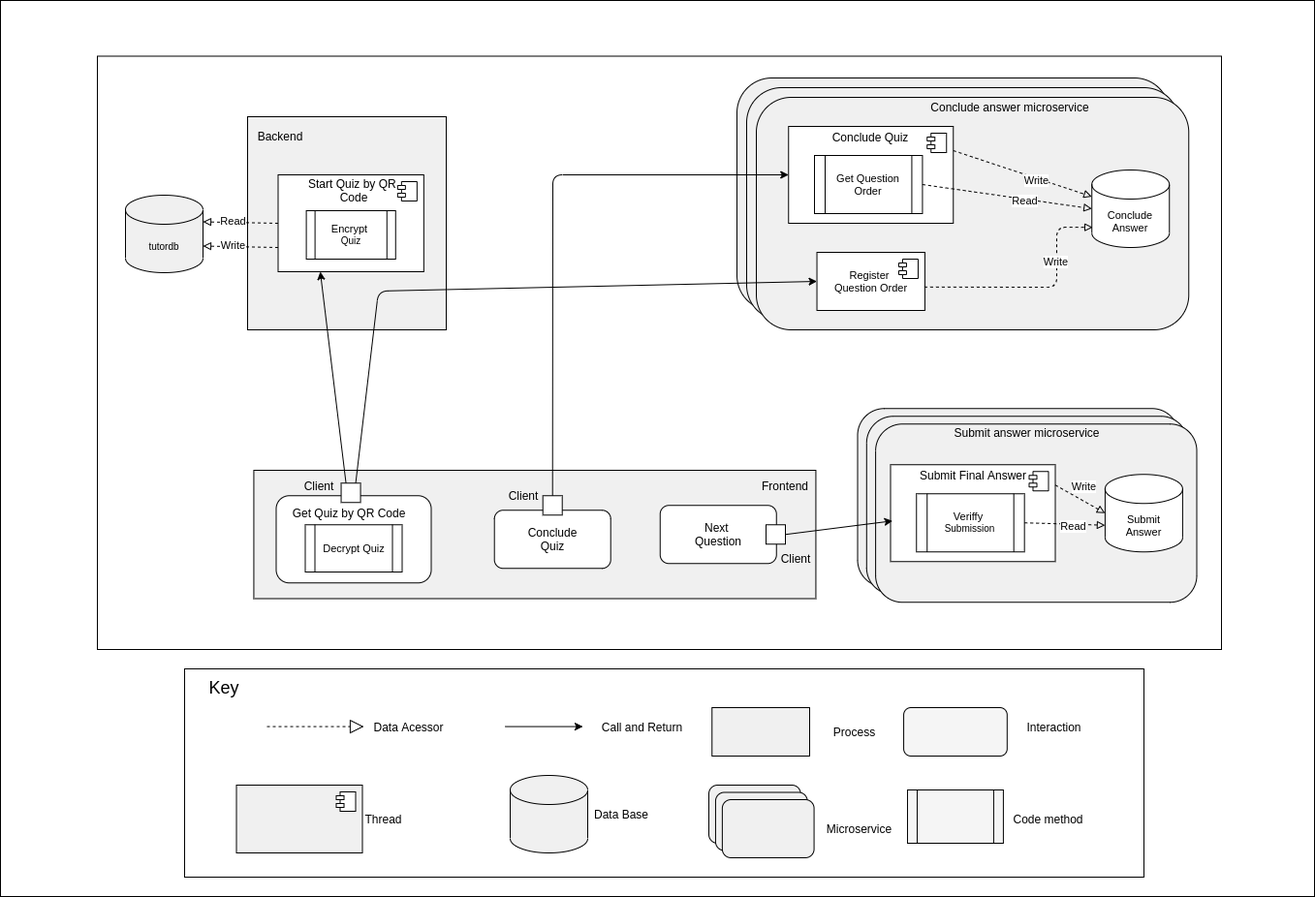
galmeida9/Software-Architecture-20-21 keeps this draw.io diagram as report-resources/security-architecture.png. Above is the earlier version. Source tidied: cells renumbered, new cells last; positions are measured from the earlier drawing's top-left corner, leaving out a move shared by most shapes.
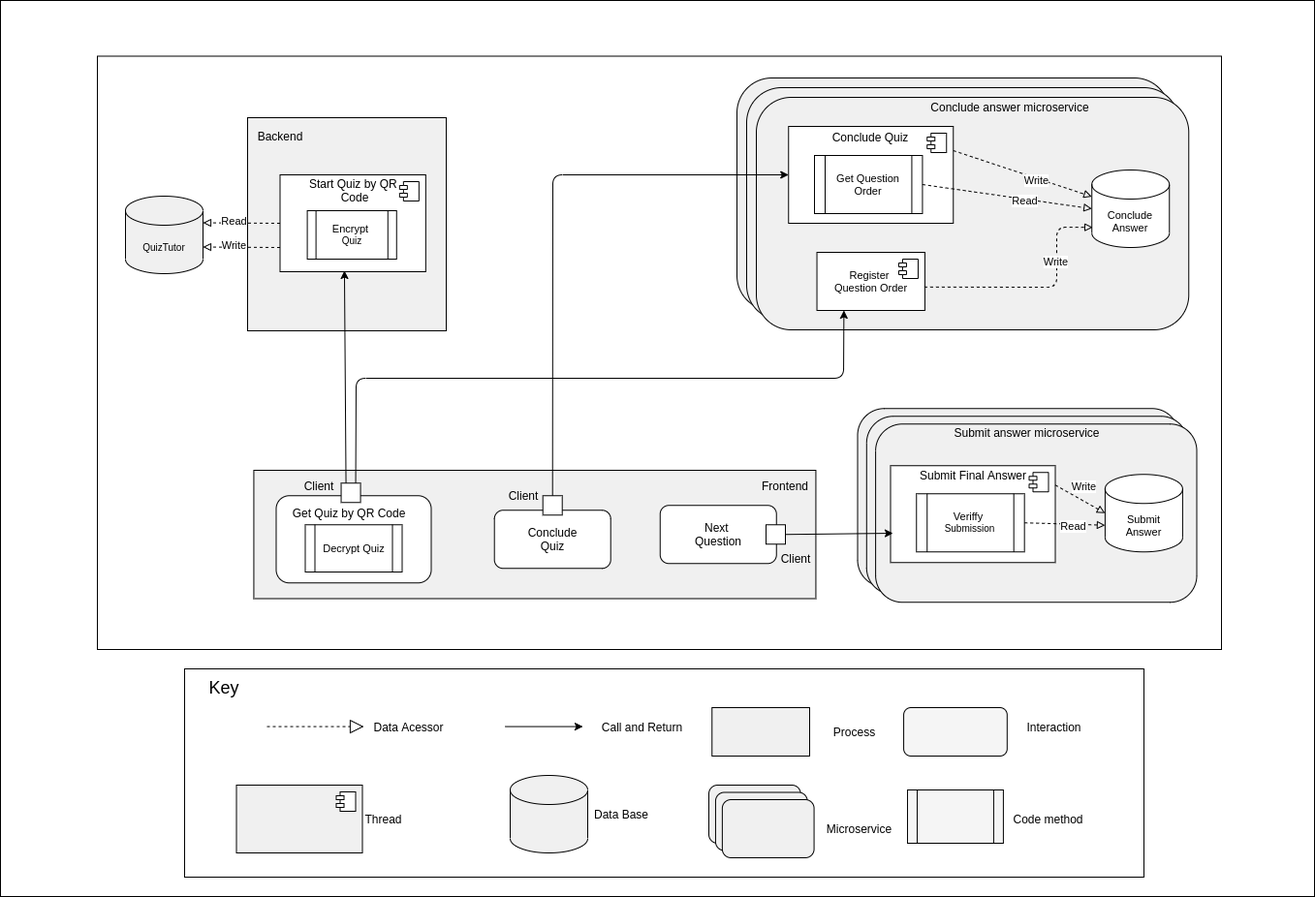
Above is the later version.

Commit message:
update security architecture and finish scenarios

Diff of the diagram source:
```diff
@@ -50,8 +50,8 @@
     <mxCell id="13" value="Conclude answer microservice" style="text;html=1;strokeColor=none;fillColor=none;align=center;verticalAlign=middle;whiteSpace=wrap;rounded=0;" parent="1" vertex="1">
       <mxGeometry x="957" y="100" width="170" height="20" as="geometry" />
     </mxCell>
-    <mxCell id="14" value="tutordb" style="shape=cylinder3;whiteSpace=wrap;html=1;boundedLbl=1;backgroundOutline=1;size=15;fontSize=10;fillColor=#F0F0F0;" parent="1" vertex="1">
-      <mxGeometry x="129" y="201" width="80" height="80" as="geometry" />
+    <mxCell id="14" value="QuizTutor" style="shape=cylinder3;whiteSpace=wrap;html=1;boundedLbl=1;backgroundOutline=1;size=15;fontSize=10;fillColor=#F0F0F0;" parent="1" vertex="1">
+      <mxGeometry x="129" y="202" width="80" height="80" as="geometry" />
     </mxCell>
     <mxCell id="15" style="html=1;fontSize=10;fillColor=#F0F0F0;" parent="1" vertex="1">
       <mxGeometry x="261.4" y="485" width="580" height="132.5" as="geometry" />
@@ -66,7 +66,7 @@
       <mxGeometry x="790" y="491.2" width="40" height="20" as="geometry" />
     </mxCell>
     <mxCell id="19" style="html=1;fontSize=10;fillColor=#F0F0F0;" parent="1" vertex="1">
-      <mxGeometry x="255" y="120" width="205" height="220" as="geometry" />
+      <mxGeometry x="255" y="121" width="205" height="220" as="geometry" />
     </mxCell>
     <mxCell id="20" value="Backend" style="text;html=1;strokeColor=none;fillColor=none;align=center;verticalAlign=middle;whiteSpace=wrap;rounded=0;" parent="1" vertex="1">
       <mxGeometry x="269" y="130" width="40" height="20" as="geometry" />
@@ -87,15 +87,14 @@
     <mxCell id="24" value="Client" style="text;html=1;strokeColor=none;fillColor=none;align=center;verticalAlign=middle;whiteSpace=wrap;rounded=0;" parent="1" vertex="1">
       <mxGeometry x="801.4" y="566.2" width="40" height="20" as="geometry" />
     </mxCell>
-    <mxCell id="25" style="endArrow=classic;html=1;exitX=0.25;exitY=0;exitDx=0;exitDy=0;" parent="1" edge="1" source="52">
-      <mxGeometry relative="1" as="geometry">
-        <mxPoint x="330" y="280" as="targetPoint" />
-      </mxGeometry>
+    <mxCell id="25" style="endArrow=classic;html=1;exitX=0.25;exitY=0;exitDx=0;exitDy=0;entryX=0.442;entryY=0.99;entryDx=0;entryDy=0;entryPerimeter=0;" parent="1" edge="1" source="52" target="44">
+      <mxGeometry relative="1" as="geometry" />
     </mxCell>
-    <mxCell id="26" style="endArrow=classic;html=1;entryX=0;entryY=0.5;entryDx=0;entryDy=0;exitX=0.75;exitY=0;exitDx=0;exitDy=0;" parent="1" edge="1" source="52" target="8">
+    <mxCell id="26" style="endArrow=classic;html=1;entryX=0.25;entryY=1;entryDx=0;entryDy=0;exitX=0.75;exitY=0;exitDx=0;exitDy=0;" parent="1" edge="1" source="52" target="8">
       <mxGeometry relative="1" as="geometry">
         <Array as="points">
-          <mxPoint x="390" y="300" />
+          <mxPoint x="367" y="390" />
+          <mxPoint x="870" y="390" />
         </Array>
       </mxGeometry>
     </mxCell>
@@ -147,23 +146,26 @@
       <mxGeometry x="0.2" y="-2" relative="1" as="geometry" />
     </mxCell>
     <mxCell id="42" style="group;" parent="1" vertex="1">
-      <mxGeometry x="286.5" y="160" width="156" height="110" as="geometry" />
+      <mxGeometry x="287.5" y="160" width="156" height="110" as="geometry" />
     </mxCell>
     <mxCell id="43" style="group;" parent="42" vertex="1">
       <mxGeometry y="20" width="156" height="100" as="geometry" />
     </mxCell>
+    <mxCell id="92" style="group;" parent="43" vertex="1">
+      <mxGeometry width="156" height="100" as="geometry" />
+    </mxCell>
-    <mxCell id="44" style="html=1;fontSize=10;" parent="43" vertex="1">
-      <mxGeometry width="150.4" height="100" as="geometry" />
+    <mxCell id="44" style="html=1;fontSize=10;" parent="92" vertex="1">
+      <mxGeometry x="1" width="150.4" height="100" as="geometry" />
     </mxCell>
     <mxCell id="45" style="shape=module;jettyWidth=8;jettyHeight=4;" parent="44" vertex="1">
       <mxGeometry x="1" width="20" height="20" relative="1" as="geometry">
         <mxPoint x="-27" y="7" as="offset" />
       </mxGeometry>
     </mxCell>
-    <mxCell id="46" value="Start Quiz by QR &lt;br&gt;Code" style="text;html=1;strokeColor=none;fillColor=none;align=center;verticalAlign=middle;whiteSpace=wrap;rounded=0;" parent="43" vertex="1">
+    <mxCell id="46" value="Start Quiz by QR &lt;br&gt;Code" style="text;html=1;strokeColor=none;fillColor=none;align=center;verticalAlign=middle;whiteSpace=wrap;rounded=0;" parent="92" vertex="1">
       <mxGeometry y="5" width="156" height="22" as="geometry" />
     </mxCell>
-    <mxCell id="47" value="&lt;span style=&quot;font-size: 11px&quot;&gt;Encrypt&amp;nbsp;&lt;br&gt;&lt;/span&gt;Quiz" style="shape=process;whiteSpace=wrap;html=1;backgroundOutline=1;fontFamily=Helvetica;fontSize=10;fontColor=#000000;align=center;strokeColor=#000000;fillColor=#FFFFFF;" parent="43" vertex="1">
+    <mxCell id="47" value="&lt;span style=&quot;font-size: 11px&quot;&gt;Encrypt&amp;nbsp;&lt;br&gt;&lt;/span&gt;Quiz" style="shape=process;whiteSpace=wrap;html=1;backgroundOutline=1;fontFamily=Helvetica;fontSize=10;fontColor=#000000;align=center;strokeColor=#000000;fillColor=#FFFFFF;" parent="92" vertex="1">
       <mxGeometry x="29.1" y="37" width="92.2" height="50" as="geometry" />
     </mxCell>
     <mxCell id="48" style="group;rounded=0;" parent="1" vertex="1">
@@ -197,7 +199,7 @@
       <mxGeometry x="94.6" y="16" width="160.8" height="17.1" as="geometry" />
     </mxCell>
     <mxCell id="58" style="html=1;fontSize=10;" parent="53" vertex="1">
-      <mxGeometry x="34" y="58" width="170" height="100" as="geometry" />
+      <mxGeometry x="34" y="59" width="170" height="100" as="geometry" />
     </mxCell>
     <mxCell id="59" style="shape=module;jettyWidth=8;jettyHeight=4;" parent="58" vertex="1">
       <mxGeometry x="1" width="20" height="20" relative="1" as="geometry">
@@ -234,8 +236,10 @@
     <mxCell id="67" value="&lt;span style=&quot;font-size: 11px&quot;&gt;Veriffy&amp;nbsp;&lt;br&gt;&lt;/span&gt;Submission" style="shape=process;whiteSpace=wrap;html=1;backgroundOutline=1;fontFamily=Helvetica;fontSize=10;fontColor=#000000;align=center;strokeColor=#000000;fillColor=#FFFFFF;" parent="65" vertex="1">
       <mxGeometry x="26.8" y="30" width="111.4" height="60" as="geometry" />
     </mxCell>
-    <mxCell id="68" style="endArrow=classic;html=1;entryX=0.012;entryY=0.58;entryDx=0;entryDy=0;exitX=1;exitY=0.5;exitDx=0;exitDy=0;entryPerimeter=0;" parent="1" edge="1" source="34" target="58">
-      <mxGeometry relative="1" as="geometry" />
+    <mxCell id="68" style="endArrow=classic;html=1;exitX=1;exitY=0.5;exitDx=0;exitDy=0;" parent="1" edge="1" source="34">
+      <mxGeometry relative="1" as="geometry">
+        <mxPoint x="921" y="550" as="targetPoint" />
+      </mxGeometry>
     </mxCell>
     <mxCell id="69" style="group;" parent="1" vertex="1">
       <mxGeometry x="190" y="690" width="990" height="215" as="geometry" />
```
